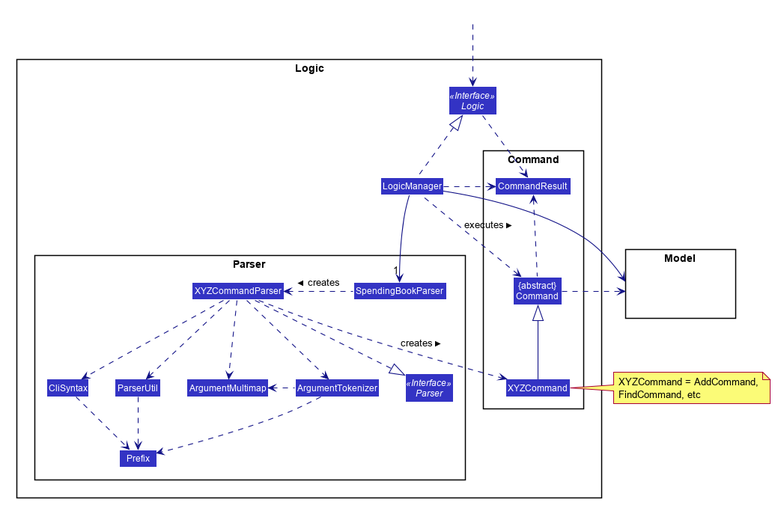
This is images/LogicClassDiagram.png from AY1920S1-CS2103T-F13-3/main, a PlantUML export, as it was before one commit.
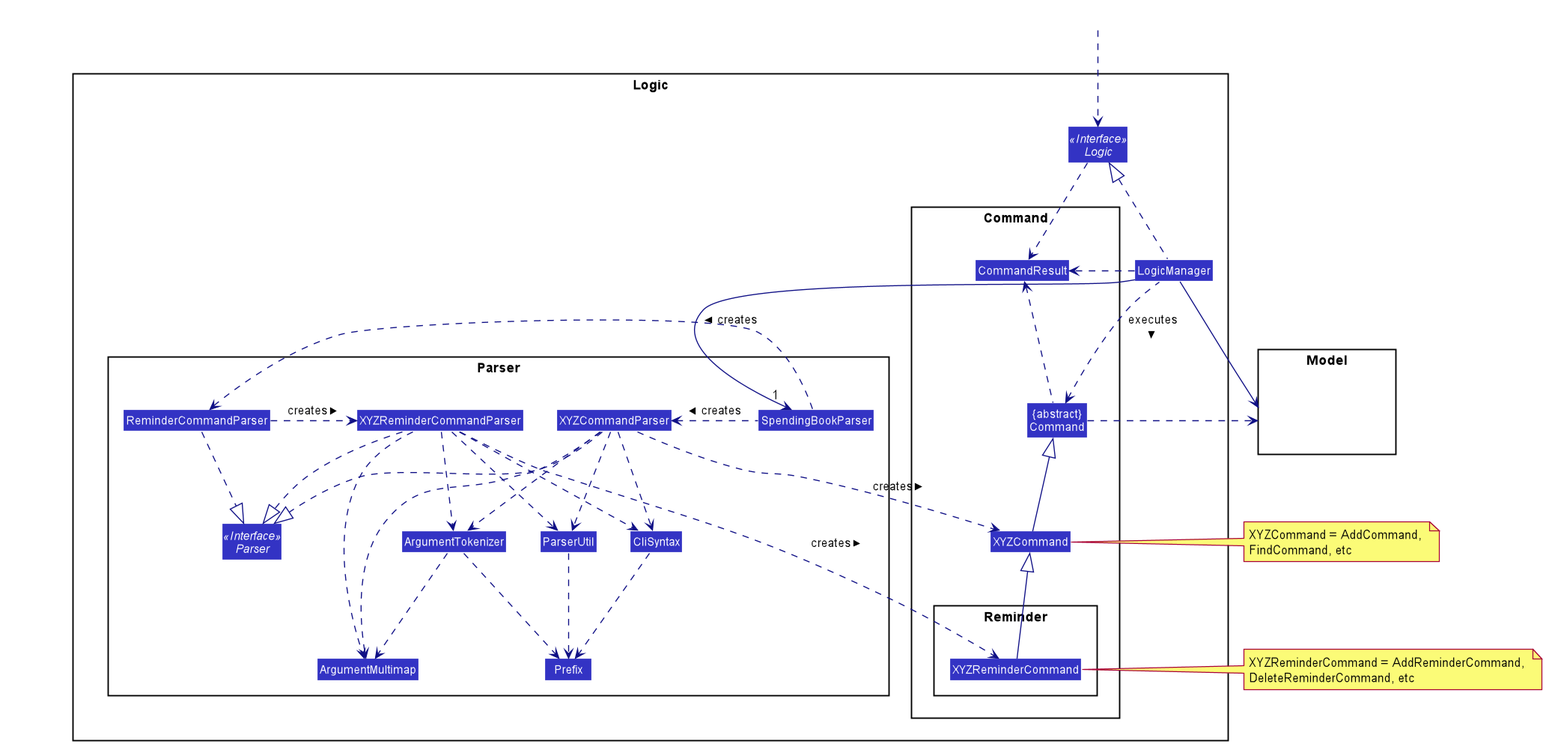
The same file after the commit.

Change to the diagram source:
```diff
@@ -57,6 +57,8 @@
 Interface Parser <<Interface>>
 Class SpendingBookParser
 Class XYZCommandParser
+Class ReminderCommandParser
+Class XYZReminderCommandParser
 Class CliSyntax
 Class ParserUtil
 Class ArgumentMultimap
@@ -68,6 +70,9 @@
 Class XYZCommand
 Class CommandResult
 Class "{abstract}\nCommand" as Command
+package Reminder {
+Class XYZReminderCommand
+}
 }
 
 Interface Logic <<Interface>>
@@ -84,23 +89,38 @@
 LogicManager .up.|> Logic
 LogicManager -->"1" SpendingBookParser
 SpendingBookParser .left.> XYZCommandParser: creates >
+SpendingBookParser .left.> ReminderCommandParser: creates >
+ReminderCommandParser .right.> XYZReminderCommandParser: creates >
+ReminderCommandParser .down.|> Parser
 
 XYZCommandParser ..> XYZCommand : creates >
 XYZCommandParser ..|> Parser
 XYZCommandParser ..> ArgumentMultimap
 XYZCommandParser ..> ArgumentTokenizer
-ArgumentTokenizer .left.> ArgumentMultimap
+
+XYZReminderCommandParser ..|> Parser
+XYZReminderCommandParser ..> ArgumentMultimap
+XYZReminderCommandParser ..> ArgumentTokenizer
+
+
+ArgumentTokenizer ..> ArgumentMultimap
 XYZCommandParser ..> CliSyntax
+XYZReminderCommandParser ..> CliSyntax
 CliSyntax ..> Prefix
 XYZCommandParser ..> ParserUtil
+XYZReminderCommandParser ..> ParserUtil
 ParserUtil .down.> Prefix
 ArgumentTokenizer .down.> Prefix
 XYZCommand -up-|> Command
+XYZReminderCommand -up-|> XYZCommand
 LogicManager .left.> Command : executes >
+
+XYZReminderCommandParser ..> XYZReminderCommand : creates >
 
 LogicManager --> Model
 Command .right.> Model
 note right of XYZCommand: XYZCommand = AddCommand, \nFindCommand, etc
+note right of XYZReminderCommand: XYZReminderCommand = AddReminderCommand, \nDeleteReminderCommand, etc
 
 Logic ..> CommandResult
 LogicManager .down.> CommandResult
```
